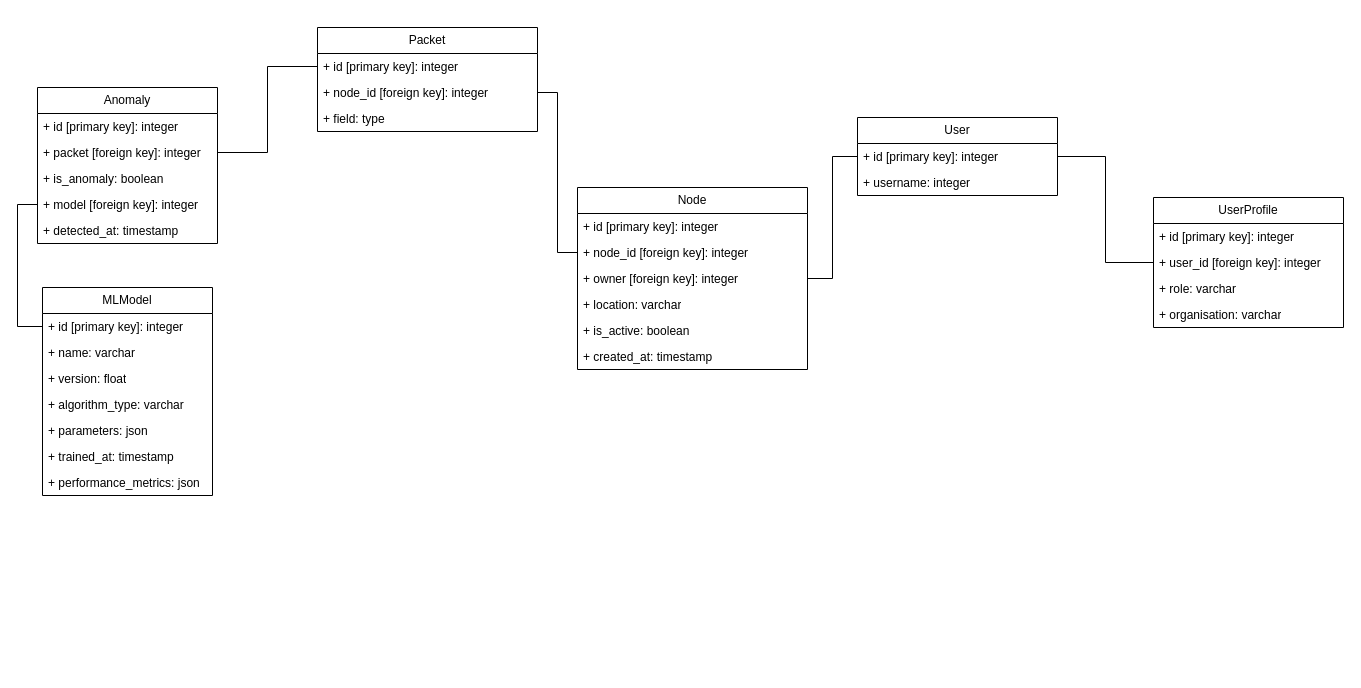
This is docs/mindmap/dbschema.drawio from hreid1/COMP3000-LoRaWAN, a draw.io file, before an edit. Source tidied: cells renumbered, new cells numbered last; positions are measured from the earlier drawing's top-left corner, leaving out a move shared by most shapes. Both pictures are drawn from the tidied source at 100%, with x=0, y=0 at pixel (37, 27).
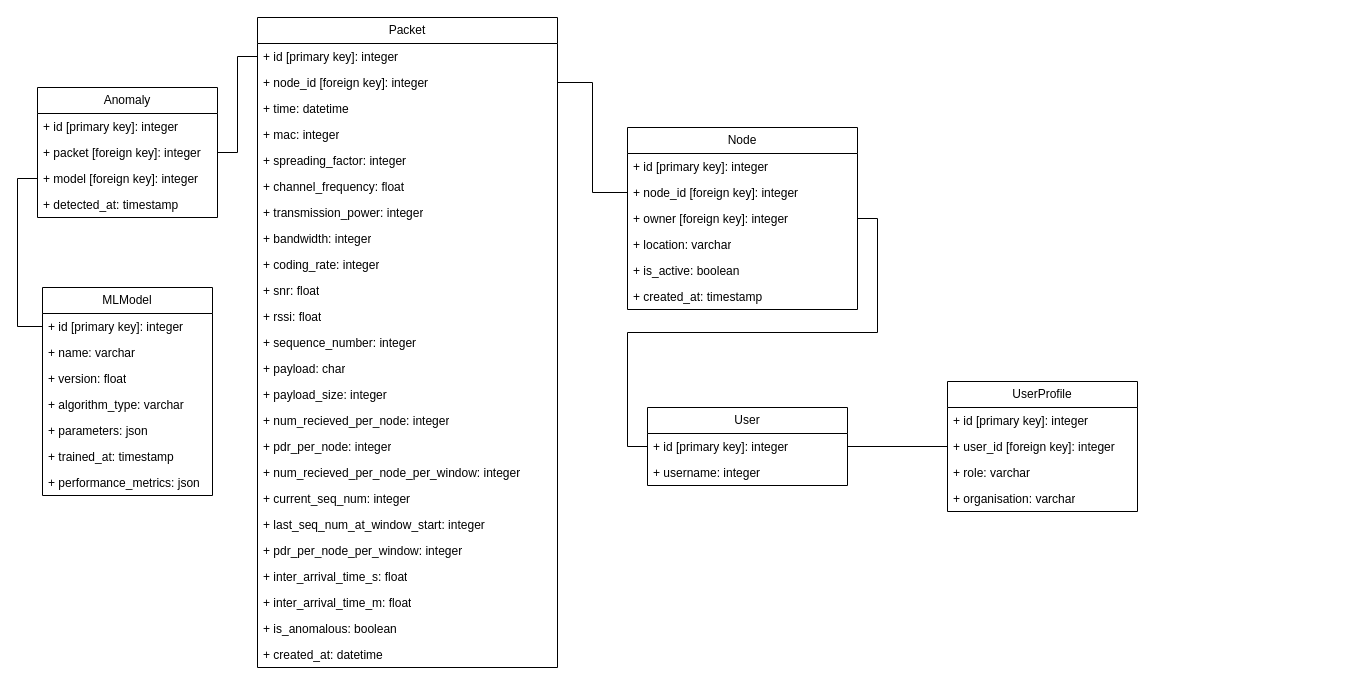
The same diagram, later.

Diff of the diagram source:
```diff
@@
     <mxCell id="2" value="Packet" style="swimlane;fontStyle=0;horizontal=1;startSize=26;fillColor=none;whiteSpace=wrap;html=1;" parent="1" vertex="1">
-      <mxGeometry x="280" width="220" height="104" as="geometry" />
+      <mxGeometry x="220" y="-10" width="300" height="650" as="geometry" />
     </mxCell>
     <mxCell id="3" value="+ id [primary key]: integer" style="text;strokeColor=none;fillColor=none;align=left;verticalAlign=top;spacingLeft=4;spacingRight=4;overflow=hidden;points=[[0,0.5],[1,0.5]];portConstraint=eastwest;whiteSpace=wrap;html=1;" parent="2" vertex="1">
-      <mxGeometry y="26" width="220" height="26" as="geometry" />
+      <mxGeometry y="26" width="300" height="26" as="geometry" />
     </mxCell>
     <mxCell id="4" value="+ node_id [foreign key]: integer" style="text;strokeColor=none;fillColor=none;align=left;verticalAlign=top;spacingLeft=4;spacingRight=4;overflow=hidden;points=[[0,0.5],[1,0.5]];portConstraint=eastwest;whiteSpace=wrap;html=1;" parent="2" vertex="1">
-      <mxGeometry y="52" width="220" height="26" as="geometry" />
+      <mxGeometry y="52" width="300" height="26" as="geometry" />
     </mxCell>
+    <mxCell id="40" value="+ time: datetime" style="text;strokeColor=none;fillColor=none;align=left;verticalAlign=top;spacingLeft=4;spacingRight=4;overflow=hidden;whiteSpace=wrap;html=1;" parent="2" vertex="1">
+      <mxGeometry y="78" width="300" height="26" as="geometry" />
+    </mxCell>
-    <mxCell id="5" value="+ field: type" style="text;strokeColor=none;fillColor=none;align=left;verticalAlign=top;spacingLeft=4;spacingRight=4;overflow=hidden;whiteSpace=wrap;html=1;" parent="2" vertex="1">
-      <mxGeometry y="78" width="220" height="26" as="geometry" />
+    <mxCell id="5" value="+ mac: integer" style="text;strokeColor=none;fillColor=none;align=left;verticalAlign=top;spacingLeft=4;spacingRight=4;overflow=hidden;whiteSpace=wrap;html=1;" parent="2" vertex="1">
+      <mxGeometry y="104" width="300" height="26" as="geometry" />
     </mxCell>
+    <mxCell id="41" value="+ spreading_factor: integer" style="text;strokeColor=none;fillColor=none;align=left;verticalAlign=top;spacingLeft=4;spacingRight=4;overflow=hidden;whiteSpace=wrap;html=1;" parent="2" vertex="1">
+      <mxGeometry y="130" width="300" height="26" as="geometry" />
+    </mxCell>
+    <mxCell id="42" value="+ channel_frequency: float" style="text;strokeColor=none;fillColor=none;align=left;verticalAlign=top;spacingLeft=4;spacingRight=4;overflow=hidden;whiteSpace=wrap;html=1;" parent="2" vertex="1">
+      <mxGeometry y="156" width="300" height="26" as="geometry" />
+    </mxCell>
+    <mxCell id="43" value="+ transmission_power: integer" style="text;strokeColor=none;fillColor=none;align=left;verticalAlign=top;spacingLeft=4;spacingRight=4;overflow=hidden;whiteSpace=wrap;html=1;" parent="2" vertex="1">
+      <mxGeometry y="182" width="300" height="26" as="geometry" />
+    </mxCell>
+    <mxCell id="44" value="+ bandwidth: integer" style="text;strokeColor=none;fillColor=none;align=left;verticalAlign=top;spacingLeft=4;spacingRight=4;overflow=hidden;whiteSpace=wrap;html=1;" parent="2" vertex="1">
+      <mxGeometry y="208" width="300" height="26" as="geometry" />
+    </mxCell>
+    <mxCell id="45" value="+ coding_rate: integer" style="text;strokeColor=none;fillColor=none;align=left;verticalAlign=top;spacingLeft=4;spacingRight=4;overflow=hidden;whiteSpace=wrap;html=1;" parent="2" vertex="1">
+      <mxGeometry y="234" width="300" height="26" as="geometry" />
+    </mxCell>
+    <mxCell id="46" value="+ snr: float" style="text;strokeColor=none;fillColor=none;align=left;verticalAlign=top;spacingLeft=4;spacingRight=4;overflow=hidden;whiteSpace=wrap;html=1;" parent="2" vertex="1">
+      <mxGeometry y="260" width="300" height="26" as="geometry" />
+    </mxCell>
+    <mxCell id="47" value="+ rssi: float" style="text;strokeColor=none;fillColor=none;align=left;verticalAlign=top;spacingLeft=4;spacingRight=4;overflow=hidden;whiteSpace=wrap;html=1;" parent="2" vertex="1">
+      <mxGeometry y="286" width="300" height="26" as="geometry" />
+    </mxCell>
+    <mxCell id="48" value="+ sequence_number: integer" style="text;strokeColor=none;fillColor=none;align=left;verticalAlign=top;spacingLeft=4;spacingRight=4;overflow=hidden;whiteSpace=wrap;html=1;" parent="2" vertex="1">
+      <mxGeometry y="312" width="300" height="26" as="geometry" />
+    </mxCell>
+    <mxCell id="49" value="+ payload: char" style="text;strokeColor=none;fillColor=none;align=left;verticalAlign=top;spacingLeft=4;spacingRight=4;overflow=hidden;whiteSpace=wrap;html=1;" parent="2" vertex="1">
+      <mxGeometry y="338" width="300" height="26" as="geometry" />
+    </mxCell>
+    <mxCell id="50" value="+ payload_size: integer" style="text;strokeColor=none;fillColor=none;align=left;verticalAlign=top;spacingLeft=4;spacingRight=4;overflow=hidden;whiteSpace=wrap;html=1;" parent="2" vertex="1">
+      <mxGeometry y="364" width="300" height="26" as="geometry" />
+    </mxCell>
+    <mxCell id="51" value="+ num_recieved_per_node: integer" style="text;strokeColor=none;fillColor=none;align=left;verticalAlign=top;spacingLeft=4;spacingRight=4;overflow=hidden;whiteSpace=wrap;html=1;" parent="2" vertex="1">
+      <mxGeometry y="390" width="300" height="26" as="geometry" />
+    </mxCell>
+    <mxCell id="52" value="+ pdr_per_node: integer" style="text;strokeColor=none;fillColor=none;align=left;verticalAlign=top;spacingLeft=4;spacingRight=4;overflow=hidden;whiteSpace=wrap;html=1;" parent="2" vertex="1">
+      <mxGeometry y="416" width="300" height="26" as="geometry" />
+    </mxCell>
+    <mxCell id="53" value="+ num_recieved_per_node_per_window: integer" style="text;strokeColor=none;fillColor=none;align=left;verticalAlign=top;spacingLeft=4;spacingRight=4;overflow=hidden;whiteSpace=wrap;html=1;" parent="2" vertex="1">
+      <mxGeometry y="442" width="300" height="26" as="geometry" />
+    </mxCell>
+    <mxCell id="54" value="+ current_seq_num: integer" style="text;strokeColor=none;fillColor=none;align=left;verticalAlign=top;spacingLeft=4;spacingRight=4;overflow=hidden;whiteSpace=wrap;html=1;" parent="2" vertex="1">
+      <mxGeometry y="468" width="300" height="26" as="geometry" />
+    </mxCell>
+    <mxCell id="55" value="+ last_seq_num_at_window_start: integer" style="text;strokeColor=none;fillColor=none;align=left;verticalAlign=top;spacingLeft=4;spacingRight=4;overflow=hidden;whiteSpace=wrap;html=1;" parent="2" vertex="1">
+      <mxGeometry y="494" width="300" height="26" as="geometry" />
+    </mxCell>
+    <mxCell id="56" value="+ pdr_per_node_per_window: integer" style="text;strokeColor=none;fillColor=none;align=left;verticalAlign=top;spacingLeft=4;spacingRight=4;overflow=hidden;whiteSpace=wrap;html=1;" parent="2" vertex="1">
+      <mxGeometry y="520" width="300" height="26" as="geometry" />
+    </mxCell>
+    <mxCell id="57" value="+ inter_arrival_time_s: float" style="text;strokeColor=none;fillColor=none;align=left;verticalAlign=top;spacingLeft=4;spacingRight=4;overflow=hidden;whiteSpace=wrap;html=1;" parent="2" vertex="1">
+      <mxGeometry y="546" width="300" height="26" as="geometry" />
+    </mxCell>
+    <mxCell id="58" value="+ inter_arrival_time_m: float" style="text;strokeColor=none;fillColor=none;align=left;verticalAlign=top;spacingLeft=4;spacingRight=4;overflow=hidden;whiteSpace=wrap;html=1;" parent="2" vertex="1">
+      <mxGeometry y="572" width="300" height="26" as="geometry" />
+    </mxCell>
+    <mxCell id="59" value="+ is_anomalous: boolean" style="text;strokeColor=none;fillColor=none;align=left;verticalAlign=top;spacingLeft=4;spacingRight=4;overflow=hidden;whiteSpace=wrap;html=1;" parent="2" vertex="1">
+      <mxGeometry y="598" width="300" height="26" as="geometry" />
+    </mxCell>
+    <mxCell id="60" value="+ created_at: datetime" style="text;strokeColor=none;fillColor=none;align=left;verticalAlign=top;spacingLeft=4;spacingRight=4;overflow=hidden;whiteSpace=wrap;html=1;" parent="2" vertex="1">
+      <mxGeometry y="624" width="300" height="26" as="geometry" />
+    </mxCell>
     <mxCell id="6" value="Node" style="swimlane;fontStyle=0;horizontal=1;startSize=26;fillColor=none;whiteSpace=wrap;html=1;" parent="1" vertex="1">
-      <mxGeometry x="540" y="160" width="230" height="182" as="geometry" />
+      <mxGeometry x="590" y="100" width="230" height="182" as="geometry" />
     </mxCell>
@@
     <mxCell id="13" value="User" style="swimlane;fontStyle=0;horizontal=1;startSize=26;fillColor=none;whiteSpace=wrap;html=1;" parent="1" vertex="1">
-      <mxGeometry x="820" y="90" width="200" height="78" as="geometry" />
+      <mxGeometry x="610" y="380" width="200" height="78" as="geometry" />
     </mxCell>
@@
     <mxCell id="16" value="UserProfile" style="swimlane;fontStyle=0;horizontal=1;startSize=26;fillColor=none;whiteSpace=wrap;html=1;" parent="1" vertex="1">
-      <mxGeometry x="1116" y="170" width="190" height="130" as="geometry" />
+      <mxGeometry x="910" y="354" width="190" height="130" as="geometry" />
     </mxCell>
@@
     <mxCell id="21" value="Anomaly" style="swimlane;fontStyle=0;horizontal=1;startSize=26;fillColor=none;whiteSpace=wrap;html=1;" parent="1" vertex="1">
-      <mxGeometry y="60" width="180" height="156" as="geometry" />
+      <mxGeometry y="60" width="180" height="130" as="geometry" />
     </mxCell>
@@
-    <mxCell id="24" value="+ is_anomaly: boolean" style="text;strokeColor=none;fillColor=none;align=left;verticalAlign=top;spacingLeft=4;spacingRight=4;overflow=hidden;whiteSpace=wrap;html=1;" parent="21" vertex="1">
-      <mxGeometry y="78" width="180" height="26" as="geometry" />
-    </mxCell>
     <mxCell id="25" value="+ model [foreign key]: integer" style="text;strokeColor=none;fillColor=none;align=left;verticalAlign=top;spacingLeft=4;spacingRight=4;overflow=hidden;points=[[0,0.5],[1,0.5]];portConstraint=eastwest;whiteSpace=wrap;html=1;" parent="21" vertex="1">
-      <mxGeometry y="104" width="180" height="26" as="geometry" />
+      <mxGeometry y="78" width="180" height="26" as="geometry" />
     </mxCell>
     <mxCell id="26" value="+ detected_at: timestamp" style="text;strokeColor=none;fillColor=none;align=left;verticalAlign=top;spacingLeft=4;spacingRight=4;overflow=hidden;whiteSpace=wrap;html=1;" parent="21" vertex="1">
-      <mxGeometry y="130" width="180" height="26" as="geometry" />
+      <mxGeometry y="104" width="180" height="26" as="geometry" />
     </mxCell>
```
